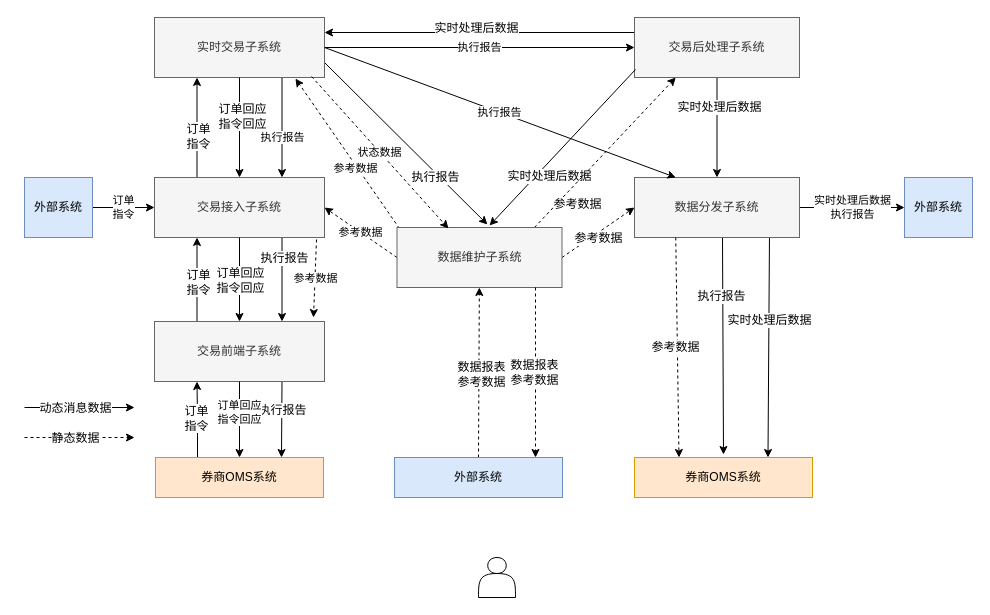
The draw.io diagram page "Data Flow1" (8 of 9) of 交易系统升级流图 (2).drawio in gotrade/gotrade, before the edit. Source tidied: cells renumbered, new cells numbered last; positions are measured from the earlier drawing's top-left corner, leaving out a move shared by most shapes. Both pictures are drawn from the tidied source at 100%, with x=0, y=0 at pixel (24, 17).
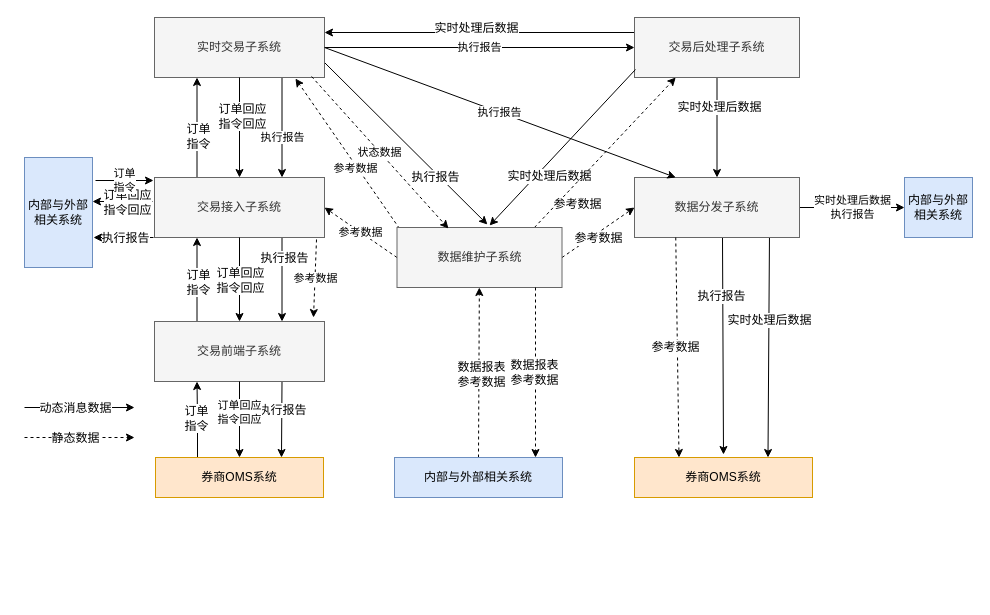
The same page after the edit.

Commit message:
Update 交易系统升级流图 (2).drawio

Unchanged cells that the change refers to:
```xml
<mxCell id="13" value="交易接入子系统" style="rounded=0;whiteSpace=wrap;html=1;align=center;fillColor=#f5f5f5;strokeColor=#666666;fontColor=#333333;" parent="1" vertex="1">
  <mxGeometry x="130" y="160" width="170" height="60" as="geometry" />
</mxCell>
```

The edit, as a diff of the source:
```diff
@@
+    <mxCell id="64" style="edgeStyle=orthogonalEdgeStyle;rounded=0;jettySize=auto;html=1;exitX=-0.012;exitY=0.4;exitDx=0;exitDy=0;entryX=1;entryY=0.4;entryDx=0;entryDy=0;entryPerimeter=0;exitPerimeter=0;" parent="1" edge="1" source="13" target="62">
+      <mxGeometry relative="1" as="geometry" />
+    </mxCell>
+    <mxCell id="65" value="订单回应&lt;br&gt;指令回应" style="text;html=1;align=center;verticalAlign=middle;labelBackgroundColor=#ffffff;" parent="64" vertex="1">
+      <mxGeometry x="-0.16" relative="1" as="geometry" />
+    </mxCell>
@@
-    <mxCell id="38" style="shape=actor;whiteSpace=wrap;html=1;align=center;" parent="1" vertex="1">
-      <mxGeometry x="454" y="540" width="37" height="40" as="geometry" />
-    </mxCell>
@@
-    <mxCell id="54" value="外部系统" style="rounded=0;whiteSpace=wrap;html=1;align=center;fillColor=#dae8fc;strokeColor=#6c8ebf;" parent="1" vertex="1">
+    <mxCell id="54" value="内部与外部相关系统" style="rounded=0;whiteSpace=wrap;html=1;align=center;fillColor=#dae8fc;strokeColor=#6c8ebf;" parent="1" vertex="1">
       <mxGeometry x="370" y="440" width="168" height="40" as="geometry" />
     </mxCell>
@@
-    <mxCell id="61" value="订单&lt;br&gt;指令" style="edgeStyle=none;rounded=0;jettySize=auto;html=1;entryX=0;entryY=0.5;entryDx=0;entryDy=0;startArrow=none;startFill=0;endArrow=classic;endFill=1;" parent="1" edge="1" source="62" target="13">
-      <mxGeometry relative="1" as="geometry" />
+    <mxCell id="61" value="订单&lt;br&gt;指令" style="edgeStyle=none;rounded=0;jettySize=auto;html=1;entryX=-0.006;entryY=0.05;entryDx=0;entryDy=0;startArrow=none;startFill=0;endArrow=classic;endFill=1;entryPerimeter=0;" parent="1" edge="1" target="13">
+      <mxGeometry relative="1" as="geometry">
+        <mxPoint x="71" y="163" as="sourcePoint" />
+      </mxGeometry>
     </mxCell>
-    <mxCell id="62" value="外部系统" style="rounded=0;whiteSpace=wrap;html=1;align=center;fillColor=#dae8fc;strokeColor=#6c8ebf;" parent="1" vertex="1">
-      <mxGeometry y="160" width="68" height="60" as="geometry" />
+    <mxCell id="62" value="内部与外部相关系统" style="rounded=0;whiteSpace=wrap;html=1;align=center;fillColor=#dae8fc;strokeColor=#6c8ebf;" parent="1" vertex="1">
+      <mxGeometry y="140" width="68" height="110" as="geometry" />
     </mxCell>
-    <mxCell id="63" value="外部系统" style="rounded=0;whiteSpace=wrap;html=1;align=center;fillColor=#dae8fc;strokeColor=#6c8ebf;" parent="1" vertex="1">
+    <mxCell id="63" value="内部与外部相关系统" style="rounded=0;whiteSpace=wrap;html=1;align=center;fillColor=#dae8fc;strokeColor=#6c8ebf;" parent="1" vertex="1">
       <mxGeometry x="880" y="160" width="68" height="60" as="geometry" />
     </mxCell>
+    <mxCell id="66" style="edgeStyle=none;rounded=0;orthogonalLoop=1;jettySize=auto;html=1;" parent="1" edge="1">
+      <mxGeometry relative="1" as="geometry">
+        <mxPoint x="129" y="220" as="sourcePoint" />
+        <mxPoint x="69" y="220" as="targetPoint" />
+      </mxGeometry>
+    </mxCell>
+    <mxCell id="67" value="执行报告" style="text;html=1;align=center;verticalAlign=middle;labelBackgroundColor=#ffffff;" parent="66" vertex="1">
+      <mxGeometry x="-0.29" relative="1" as="geometry">
+        <mxPoint x="-8" as="offset" />
+      </mxGeometry>
+    </mxCell>
```
